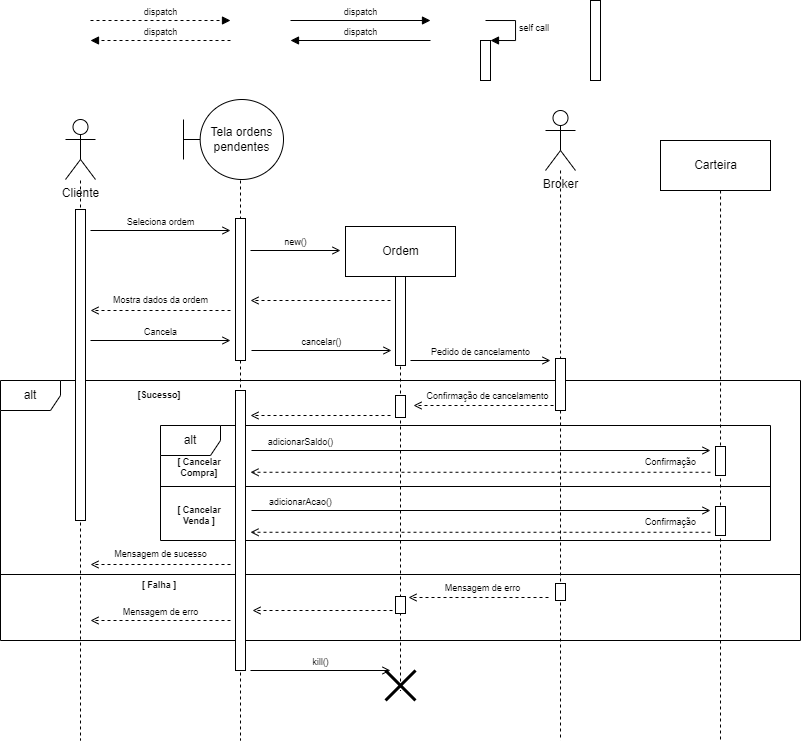
Before: MarketDiagramasDeSequencia/MarketSequencia03.drawio.png, a diagram exported from draw.io (EijiDogen/FEI_MDSMarket). Source tidied: cells renumbered, new cells last; positions are measured from the earlier drawing's top-left corner, leaving out a move shared by most shapes.
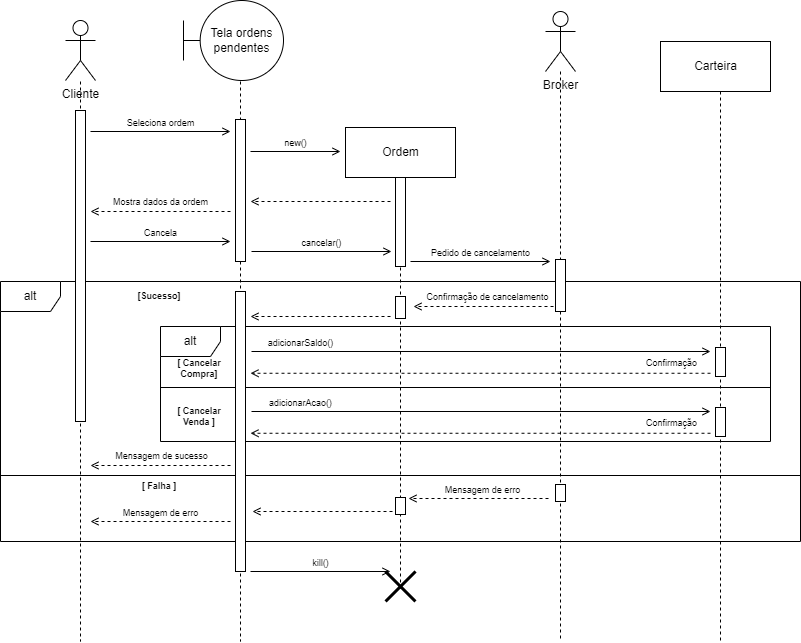
After the commit.

Diff of the diagram source:
```diff
@@ -105,9 +105,6 @@
       <mxGeometry x="660" y="140" width="110" height="50" as="geometry" />
     </mxCell>
     <mxCell id="24" value="Active" parent="0" />
-    <mxCell id="25" style="html=1;perimeter=orthogonalPerimeter;fontSize=9;" parent="24" vertex="1">
-      <mxGeometry x="590" width="10" height="80" as="geometry" />
-    </mxCell>
     <mxCell id="26" style="html=1;perimeter=orthogonalPerimeter;fontSize=9;" parent="24" vertex="1">
       <mxGeometry x="75" y="209" width="10" height="311" as="geometry" />
     </mxCell>
@@ -139,41 +136,6 @@
         <mxPoint x="230" y="230" as="targetPoint" />
       </mxGeometry>
     </mxCell>
-    <mxCell id="36" value="dispatch" style="html=1;verticalAlign=bottom;endArrow=block;rounded=0;fontSize=9;" parent="34" edge="1">
-      <mxGeometry relative="1" as="geometry">
-        <mxPoint x="290" y="20" as="sourcePoint" />
-        <mxPoint x="430" y="20" as="targetPoint" />
-      </mxGeometry>
-    </mxCell>
-    <mxCell id="37" value="dispatch" style="html=1;verticalAlign=bottom;endArrow=block;rounded=0;dashed=1;fontSize=9;" parent="34" edge="1">
-      <mxGeometry relative="1" as="geometry">
-        <mxPoint x="90" y="20" as="sourcePoint" />
-        <mxPoint x="230" y="20" as="targetPoint" />
-      </mxGeometry>
-    </mxCell>
-    <mxCell id="38" value="dispatch" style="html=1;verticalAlign=bottom;endArrow=block;rounded=0;fontSize=9;" parent="34" edge="1">
-      <mxGeometry relative="1" as="geometry">
-        <mxPoint x="430" y="40" as="sourcePoint" />
-        <mxPoint x="290" y="40" as="targetPoint" />
-      </mxGeometry>
-    </mxCell>
-    <mxCell id="39" value="dispatch" style="html=1;verticalAlign=bottom;endArrow=block;rounded=0;dashed=1;fontSize=9;" parent="34" edge="1">
-      <mxGeometry relative="1" as="geometry">
-        <mxPoint x="230" y="40" as="sourcePoint" />
-        <mxPoint x="90" y="40" as="targetPoint" />
-      </mxGeometry>
-    </mxCell>
-    <mxCell id="40" style="html=1;points=[];perimeter=orthogonalPerimeter;fontSize=9;" parent="34" vertex="1">
-      <mxGeometry x="480" y="40" width="10" height="40" as="geometry" />
-    </mxCell>
-    <mxCell id="41" value="self call" style="edgeStyle=orthogonalEdgeStyle;html=1;align=left;spacingLeft=2;endArrow=block;rounded=0;entryX=1;entryY=0;fontSize=9;" parent="34" edge="1" target="40">
-      <mxGeometry relative="1" as="geometry">
-        <mxPoint x="485" y="20" as="sourcePoint" />
-        <Array as="points">
-          <mxPoint x="515" y="20" />
-        </Array>
-      </mxGeometry>
-    </mxCell>
     <mxCell id="42" style="html=1;verticalAlign=bottom;endArrow=open;rounded=0;fontSize=9;dashed=1;endFill=0;" parent="34" edge="1">
       <mxGeometry relative="1" as="geometry">
         <mxPoint x="390" y="300" as="sourcePoint" />
```
